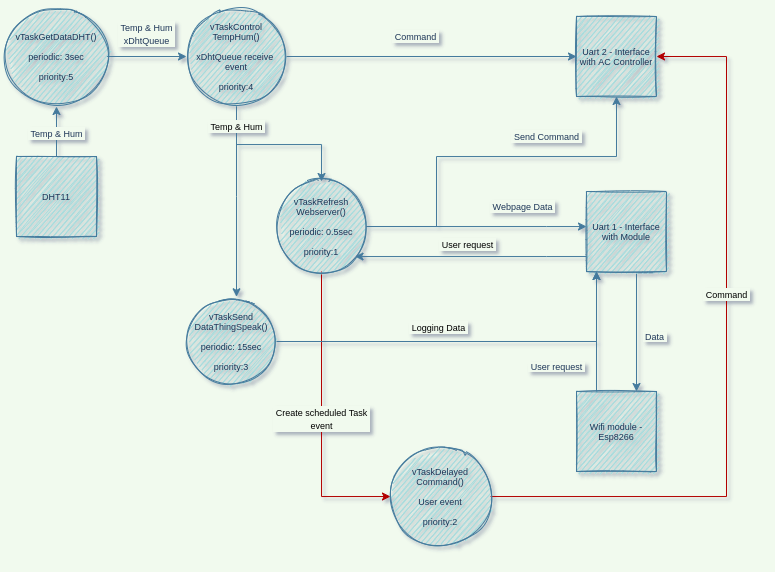
Above: extras/resources/RTOSTasks.png in JukMR/AC_RWC_RTOS (draw.io), before the change. Source tidied: cells renumbered, new cells last; positions are measured from the earlier drawing's top-left corner, leaving out a move shared by most shapes.
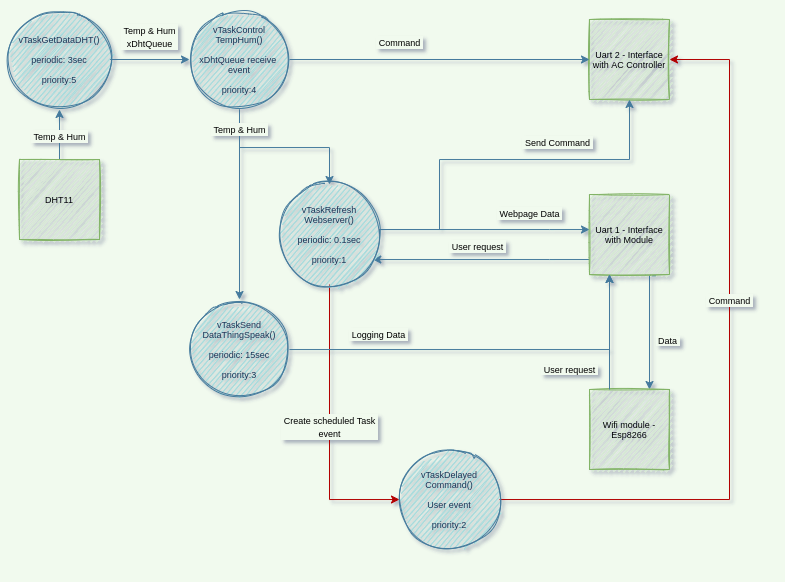
Above is the later version.

Change to the diagram source:
```diff
@@ -2,20 +2,20 @@
   <root>
     <mxCell id="0" />
     <mxCell id="1" parent="0" />
-    <mxCell id="2" value="&lt;font style=&quot;font-size: 9px&quot;&gt;&amp;nbsp;Temp &amp;amp; Hum&amp;nbsp;&lt;/font&gt;&lt;br&gt;&lt;font style=&quot;font-size: 9px&quot;&gt;xDhtQueue&lt;/font&gt;" style="edgeStyle=orthogonalEdgeStyle;rounded=0;jettySize=auto;html=1;labelBackgroundColor=#F1FAEE;fontColor=#1D3557;strokeColor=#457B9D;spacingTop=-7;" parent="1" edge="1" source="3" target="20">
+    <mxCell id="2" value="&lt;font style=&quot;font-size: 9px&quot;&gt;&amp;nbsp;Temp &amp;amp; Hum&amp;nbsp;&lt;/font&gt;&lt;br&gt;&lt;font style=&quot;font-size: 9px&quot;&gt;xDhtQueue&lt;/font&gt;" style="edgeStyle=orthogonalEdgeStyle;rounded=0;jettySize=auto;html=1;labelBackgroundColor=#F1FAEE;strokeColor=#457B9D;spacingTop=-7;" parent="1" edge="1" source="3" target="20">
       <mxGeometry y="20" relative="1" as="geometry" />
     </mxCell>
     <mxCell id="3" value="&lt;font style=&quot;font-size: 9px&quot;&gt;vTaskGetDataDHT()&lt;br style=&quot;font-size: 9px&quot;&gt;&lt;br style=&quot;font-size: 9px&quot;&gt;periodic: 3sec&lt;br&gt;&lt;br&gt;priority:5&lt;br&gt;&lt;/font&gt;" style="ellipse;whiteSpace=wrap;html=1;fontSize=9;fillColor=#A8DADC;strokeColor=#457B9D;fontColor=#1D3557;sketch=1;" parent="1" vertex="1">
       <mxGeometry width="100" height="100" as="geometry" />
     </mxCell>
-    <mxCell id="4" value="&amp;nbsp;Data&amp;nbsp;" style="edgeStyle=orthogonalEdgeStyle;rounded=0;sketch=0;jettySize=auto;html=1;exitX=0.844;exitY=1.016;exitDx=0;exitDy=0;entryX=0.75;entryY=0;entryDx=0;entryDy=0;fontSize=9;labelBackgroundColor=#F1FAEE;strokeColor=#457B9D;fontColor=#1D3557;exitPerimeter=0;" parent="1" edge="1" source="6" target="10">
+    <mxCell id="4" value="&amp;nbsp;Data&amp;nbsp;" style="edgeStyle=orthogonalEdgeStyle;rounded=0;sketch=0;jettySize=auto;html=1;exitX=0.844;exitY=1.016;exitDx=0;exitDy=0;entryX=0.75;entryY=0;entryDx=0;entryDy=0;fontSize=9;labelBackgroundColor=#F1FAEE;strokeColor=#457B9D;exitPerimeter=0;" parent="1" edge="1" source="6" target="10">
       <mxGeometry x="0.19" y="18" relative="1" as="geometry">
         <Array as="points">
-          <mxPoint x="630" y="266" />
+          <mxPoint x="640" y="266" />
         </Array>
       </mxGeometry>
     </mxCell>
-    <mxCell id="5" value="&lt;font style=&quot;font-size: 9px&quot;&gt;&amp;nbsp;User request&amp;nbsp;&lt;/font&gt;" style="edgeStyle=orthogonalEdgeStyle;rounded=0;jettySize=auto;html=1;labelBackgroundColor=#F1FAEE;strokeColor=#457B9D;spacingTop=-4;" parent="1" edge="1" source="6" target="14">
+    <mxCell id="5" value="&lt;font style=&quot;font-size: 9px&quot;&gt;&amp;nbsp;User request&amp;nbsp;&lt;/font&gt;" style="edgeStyle=orthogonalEdgeStyle;rounded=0;jettySize=auto;html=1;labelBackgroundColor=#F1FAEE;strokeColor=#457B9D;spacingTop=-4;spacingBottom=3;" parent="1" edge="1" source="6" target="14">
       <mxGeometry x="0.03" y="-10" relative="1" as="geometry">
         <Array as="points">
           <mxPoint x="540" y="250" />
@@ -23,36 +23,36 @@
         </Array>
       </mxGeometry>
     </mxCell>
-    <mxCell id="6" value="&lt;font style=&quot;font-size: 9px&quot;&gt;Uart 1 - Interface with Module&lt;br&gt;&lt;/font&gt;" style="whiteSpace=wrap;html=1;fontSize=9;fillColor=#A8DADC;strokeColor=#457B9D;fontColor=#1D3557;sketch=1;" parent="1" vertex="1">
+    <mxCell id="6" value="&lt;font style=&quot;font-size: 9px&quot;&gt;Uart 1 - Interface with Module&lt;br&gt;&lt;/font&gt;" style="whiteSpace=wrap;html=1;fontSize=9;fillColor=#d5e8d4;strokeColor=#82b366;sketch=1;" parent="1" vertex="1">
       <mxGeometry x="580" y="185" width="80" height="80" as="geometry" />
     </mxCell>
-    <mxCell id="7" value="&lt;font style=&quot;font-size: 9px&quot;&gt;Uart 2 - Interface with AC Controller&lt;br&gt;&lt;/font&gt;" style="whiteSpace=wrap;html=1;fontSize=9;fillColor=#A8DADC;strokeColor=#457B9D;fontColor=#1D3557;sketch=1;" parent="1" vertex="1">
-      <mxGeometry x="570" y="10" width="80" height="80" as="geometry" />
+    <mxCell id="7" value="&lt;font style=&quot;font-size: 9px&quot;&gt;Uart 2 - Interface with AC Controller&lt;br&gt;&lt;/font&gt;" style="whiteSpace=wrap;html=1;fontSize=9;fillColor=#d5e8d4;strokeColor=#82b366;sketch=1;" parent="1" vertex="1">
+      <mxGeometry x="580" y="10" width="80" height="80" as="geometry" />
     </mxCell>
-    <mxCell id="8" value="&lt;span style=&quot;font-size: 9px&quot;&gt;&amp;nbsp;Temp &amp;amp; Hum&amp;nbsp;&lt;/span&gt;" style="edgeStyle=orthogonalEdgeStyle;rounded=0;jettySize=auto;html=1;labelBackgroundColor=#F1FAEE;fontColor=#1D3557;strokeColor=#457B9D;spacingTop=-7;spacingBottom=0;spacingRight=13;spacingLeft=-8;" parent="1" edge="1" source="9" target="3">
+    <mxCell id="8" value="&lt;span style=&quot;font-size: 9px&quot;&gt;&amp;nbsp;Temp &amp;amp; Hum&amp;nbsp;&lt;/span&gt;" style="edgeStyle=orthogonalEdgeStyle;rounded=0;jettySize=auto;html=1;labelBackgroundColor=#F1FAEE;strokeColor=#457B9D;spacingTop=-7;spacingBottom=0;spacingRight=13;spacingLeft=-8;" parent="1" edge="1" source="9" target="3">
       <mxGeometry x="-0.2" y="-10" relative="1" as="geometry">
         <Array as="points">
           <mxPoint x="50" y="50" />
         </Array>
       </mxGeometry>
     </mxCell>
-    <mxCell id="9" value="DHT11" style="whiteSpace=wrap;html=1;fontSize=9;fillColor=#A8DADC;strokeColor=#457B9D;fontColor=#1D3557;sketch=1;" parent="1" vertex="1">
+    <mxCell id="9" value="DHT11" style="whiteSpace=wrap;html=1;fontSize=9;fillColor=#d5e8d4;strokeColor=#82b366;sketch=1;" parent="1" vertex="1">
       <mxGeometry x="10" y="150" width="80" height="80" as="geometry" />
     </mxCell>
-    <mxCell id="10" value="&lt;font style=&quot;font-size: 9px&quot;&gt;Wifi module -Esp8266&lt;br&gt;&lt;/font&gt;" style="whiteSpace=wrap;html=1;fontSize=9;fillColor=#A8DADC;strokeColor=#457B9D;fontColor=#1D3557;sketch=1;" parent="1" vertex="1">
-      <mxGeometry x="570" y="385" width="80" height="80" as="geometry" />
+    <mxCell id="10" value="&lt;font style=&quot;font-size: 9px&quot;&gt;Wifi module -Esp8266&lt;br&gt;&lt;/font&gt;" style="whiteSpace=wrap;html=1;fontSize=9;fillColor=#d5e8d4;strokeColor=#82b366;sketch=1;" parent="1" vertex="1">
+      <mxGeometry x="580" y="380" width="80" height="80" as="geometry" />
     </mxCell>
-    <mxCell id="11" value="&lt;span&gt;&lt;span style=&quot;color: rgb(29 , 53 , 87) ; font-size: 9px&quot;&gt;&amp;nbsp;Send Command&amp;nbsp;&lt;/span&gt;&lt;/span&gt;&lt;span style=&quot;color: rgb(29 , 53 , 87) ; font-size: 9px&quot;&gt;&lt;br&gt;&lt;/span&gt;" style="edgeStyle=orthogonalEdgeStyle;rounded=0;jettySize=auto;html=1;exitX=1;exitY=0.5;exitDx=0;exitDy=0;strokeColor=#457B9D;labelBackgroundColor=#F1FAEE;" parent="1" edge="1" source="14" target="7">
+    <mxCell id="11" value="&lt;span&gt;&lt;span style=&quot;font-size: 9px;&quot;&gt;&amp;nbsp;Send Command&amp;nbsp;&lt;/span&gt;&lt;/span&gt;&lt;span style=&quot;font-size: 9px;&quot;&gt;&lt;br&gt;&lt;/span&gt;" style="edgeStyle=orthogonalEdgeStyle;rounded=0;jettySize=auto;html=1;exitX=1;exitY=0.5;exitDx=0;exitDy=0;strokeColor=#457B9D;labelBackgroundColor=#F1FAEE;spacingBottom=-5;" parent="1" edge="1" source="14" target="7">
       <mxGeometry x="0.32" y="20" relative="1" as="geometry">
         <Array as="points">
           <mxPoint x="430" y="220" />
           <mxPoint x="430" y="150" />
-          <mxPoint x="610" y="150" />
+          <mxPoint x="620" y="150" />
         </Array>
       </mxGeometry>
     </mxCell>
-    <mxCell id="12" value="&lt;span style=&quot;color: rgb(29 , 53 , 87) ; font-size: 9px&quot;&gt;&amp;nbsp;Webpage Data&amp;nbsp;&lt;/span&gt;" style="edgeStyle=orthogonalEdgeStyle;rounded=0;jettySize=auto;html=1;strokeColor=#457B9D;labelBackgroundColor=#F1FAEE;" parent="1" edge="1" source="14" target="6">
-      <mxGeometry x="0.42" y="20" relative="1" as="geometry">
+    <mxCell id="12" value="&lt;span style=&quot;font-size: 9px;&quot;&gt;&amp;nbsp;Webpage Data&amp;nbsp;&lt;/span&gt;" style="edgeStyle=orthogonalEdgeStyle;rounded=0;jettySize=auto;html=1;strokeColor=#457B9D;labelBackgroundColor=#F1FAEE;spacingBottom=-7;" parent="1" edge="1" source="14" target="6">
+      <mxGeometry x="0.43" y="20" relative="1" as="geometry">
         <Array as="points">
           <mxPoint x="540" y="220" />
           <mxPoint x="540" y="220" />
@@ -62,50 +62,45 @@
     <mxCell id="13" value="&lt;font style=&quot;font-size: 9px&quot;&gt;&amp;nbsp;Create scheduled Task&amp;nbsp;&lt;br&gt;event&lt;br&gt;&lt;/font&gt;" style="edgeStyle=orthogonalEdgeStyle;rounded=0;jettySize=auto;html=1;fillColor=#e51400;strokeColor=#B20000;labelBackgroundColor=#F1FAEE;" parent="1" edge="1" source="14" target="23">
       <mxGeometry relative="1" as="geometry">
         <Array as="points">
-          <mxPoint x="315" y="490" />
+          <mxPoint x="320" y="490" />
         </Array>
       </mxGeometry>
     </mxCell>
-    <mxCell id="14" value="vTaskRefresh&lt;br&gt;Webserver()&lt;br&gt;&lt;br&gt;periodic: 0.5sec&lt;br&gt;&lt;br&gt;priority:1" style="ellipse;whiteSpace=wrap;html=1;fontSize=9;fillColor=#A8DADC;strokeColor=#457B9D;fontColor=#1D3557;sketch=1;" parent="1" vertex="1">
-      <mxGeometry x="270" y="175" width="90" height="90" as="geometry" />
+    <mxCell id="14" value="vTaskRefresh&lt;br&gt;Webserver()&lt;br&gt;&lt;br&gt;periodic: 0.1sec&lt;br&gt;&lt;br&gt;priority:1" style="ellipse;whiteSpace=wrap;html=1;fontSize=9;fillColor=#A8DADC;strokeColor=#457B9D;fontColor=#1D3557;sketch=1;" parent="1" vertex="1">
+      <mxGeometry x="270" y="175" width="100" height="100" as="geometry" />
     </mxCell>
     <mxCell id="15" value="&lt;font style=&quot;font-size: 9px&quot;&gt;&amp;nbsp;Logging Data&amp;nbsp;&lt;/font&gt;" style="edgeStyle=orthogonalEdgeStyle;rounded=0;jettySize=auto;html=1;labelBackgroundColor=#F1FAEE;strokeColor=#457B9D;" parent="1" edge="1" source="16" target="6">
-      <mxGeometry x="-0.17" y="14" relative="1" as="geometry">
+      <mxGeometry x="-0.55" y="15" relative="1" as="geometry">
         <Array as="points">
-          <mxPoint x="590" y="335" />
+          <mxPoint x="600" y="340" />
         </Array>
       </mxGeometry>
     </mxCell>
     <mxCell id="16" value="&lt;font&gt;vTaskSend&lt;br&gt;DataThingSpeak()&lt;br&gt;&lt;br style=&quot;font-size: 9px&quot;&gt;periodic:&amp;nbsp;15sec&lt;br&gt;&lt;br&gt;priority:3&lt;br&gt;&lt;/font&gt;" style="ellipse;whiteSpace=wrap;html=1;fontSize=9;fillColor=#A8DADC;strokeColor=#457B9D;fontColor=#1D3557;sketch=1;" parent="1" vertex="1">
-      <mxGeometry x="180" y="290" width="90" height="90" as="geometry" />
+      <mxGeometry x="180" y="290" width="100" height="100" as="geometry" />
     </mxCell>
-    <mxCell id="17" value="&lt;font style=&quot;font-size: 9px&quot;&gt;&amp;nbsp;Command&amp;nbsp;&lt;br&gt;&lt;/font&gt;" style="edgeStyle=orthogonalEdgeStyle;rounded=0;jettySize=auto;html=1;labelBackgroundColor=#F1FAEE;fontColor=#1D3557;strokeColor=#457B9D;" parent="1" edge="1" source="20" target="7">
-      <mxGeometry x="-0.11" y="20" relative="1" as="geometry" />
+    <mxCell id="17" value="&lt;font style=&quot;font-size: 9px&quot;&gt;&amp;nbsp;Command&amp;nbsp;&lt;br&gt;&lt;/font&gt;" style="edgeStyle=orthogonalEdgeStyle;rounded=0;jettySize=auto;html=1;labelBackgroundColor=#F1FAEE;strokeColor=#457B9D;spacingBottom=-6;" parent="1" edge="1" source="20" target="7">
+      <mxGeometry x="-0.27" y="20" relative="1" as="geometry" />
     </mxCell>
-    <mxCell id="18" style="edgeStyle=orthogonalEdgeStyle;rounded=0;jettySize=auto;html=1;strokeColor=#457B9D;" parent="1" edge="1" source="20" target="14">
+    <mxCell id="18" style="edgeStyle=orthogonalEdgeStyle;rounded=0;jettySize=auto;html=1;strokeColor=#457B9D;entryX=0.5;entryY=0;entryDx=0;entryDy=0;" parent="1" edge="1" source="20" target="14">
       <mxGeometry relative="1" as="geometry">
         <Array as="points">
           <mxPoint x="230" y="138" />
-          <mxPoint x="315" y="138" />
+          <mxPoint x="320" y="138" />
         </Array>
       </mxGeometry>
     </mxCell>
     <mxCell id="19" value="&lt;font style=&quot;font-size: 9px&quot;&gt;&amp;nbsp;Temp &amp;amp; Hum&amp;nbsp;&lt;/font&gt;" style="edgeStyle=orthogonalEdgeStyle;rounded=0;jettySize=auto;html=1;strokeColor=#457B9D;labelBackgroundColor=#F1FAEE;" parent="1" edge="1" source="20" target="16">
-      <mxGeometry x="-0.79" relative="1" as="geometry">
-        <Array as="points">
-          <mxPoint x="230" y="190" />
-          <mxPoint x="230" y="190" />
-        </Array>
-      </mxGeometry>
+      <mxGeometry x="-0.79" relative="1" as="geometry" />
     </mxCell>
     <mxCell id="20" value="vTaskControl&lt;br&gt;TempHum()&lt;br&gt;&lt;br&gt;xDhtQueue&amp;nbsp;receive &lt;br&gt;event&lt;br&gt;&lt;br&gt;priority:4" style="ellipse;whiteSpace=wrap;html=1;fontSize=9;fillColor=#A8DADC;strokeColor=#457B9D;fontColor=#1D3557;sketch=1;" parent="1" vertex="1">
       <mxGeometry x="180" width="100" height="100" as="geometry" />
     </mxCell>
-    <mxCell id="21" value="&amp;nbsp;User request&amp;nbsp;" style="edgeStyle=orthogonalEdgeStyle;rounded=0;sketch=0;jettySize=auto;html=1;fontSize=9;labelBackgroundColor=#F1FAEE;strokeColor=#457B9D;fontColor=#1D3557;exitX=0.25;exitY=0;exitDx=0;exitDy=0;" parent="1" edge="1" source="10" target="6">
-      <mxGeometry x="-0.58" y="40" relative="1" as="geometry">
+    <mxCell id="21" value="&amp;nbsp;User request&amp;nbsp;" style="edgeStyle=orthogonalEdgeStyle;rounded=0;sketch=0;jettySize=auto;html=1;fontSize=9;labelBackgroundColor=#F1FAEE;strokeColor=#457B9D;exitX=0.25;exitY=0;exitDx=0;exitDy=0;" parent="1" edge="1" source="10" target="6">
+      <mxGeometry x="-0.65" y="40" relative="1" as="geometry">
         <Array as="points">
-          <mxPoint x="590" y="300" />
-          <mxPoint x="590" y="300" />
+          <mxPoint x="600" y="310" />
+          <mxPoint x="600" y="310" />
         </Array>
       </mxGeometry>
     </mxCell>
@@ -118,7 +113,7 @@
       </mxGeometry>
     </mxCell>
     <mxCell id="23" value="&lt;font style=&quot;font-size: 9px&quot;&gt;vTaskDelayed&lt;br&gt;Command()&lt;br style=&quot;font-size: 9px&quot;&gt;&lt;br style=&quot;font-size: 9px&quot;&gt;User event&lt;br&gt;&lt;br&gt;priority:2&lt;br&gt;&lt;/font&gt;" style="ellipse;whiteSpace=wrap;html=1;fontSize=9;fillColor=#A8DADC;strokeColor=#457B9D;fontColor=#1D3557;sketch=1;" parent="1" vertex="1">
-      <mxGeometry x="384" y="440" width="100" height="100" as="geometry" />
+      <mxGeometry x="390" y="440" width="100" height="100" as="geometry" />
     </mxCell>
   </root>
 </mxGraphModel>
```
